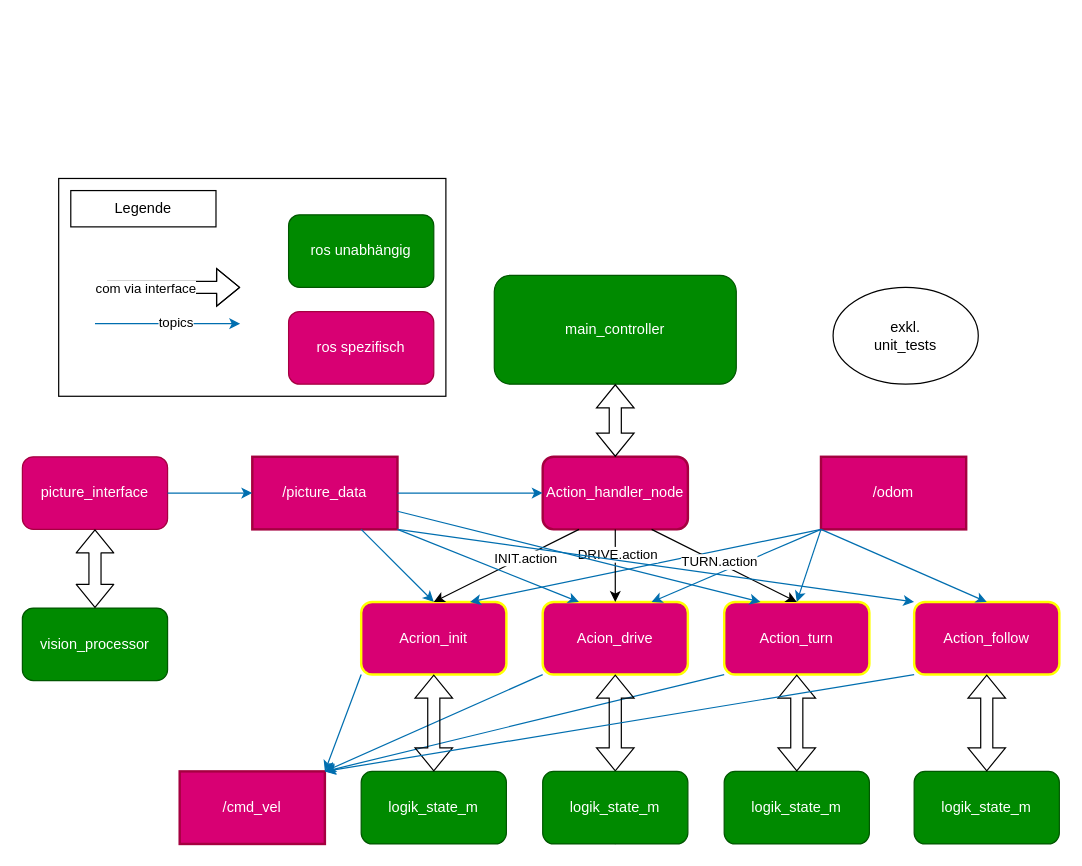
derlole/MURI keeps this draw.io diagram as page "Seite-1" (1 of 2) of misc/arch-follow.drawio. Above is the earlier version. Source tidied: cells renumbered, new cells numbered last; positions are measured from the earlier drawing's top-left corner, leaving out a move shared by most shapes. Both pictures are drawn from the tidied source at 121%, with x=0, y=0 at pixel (22, 178).
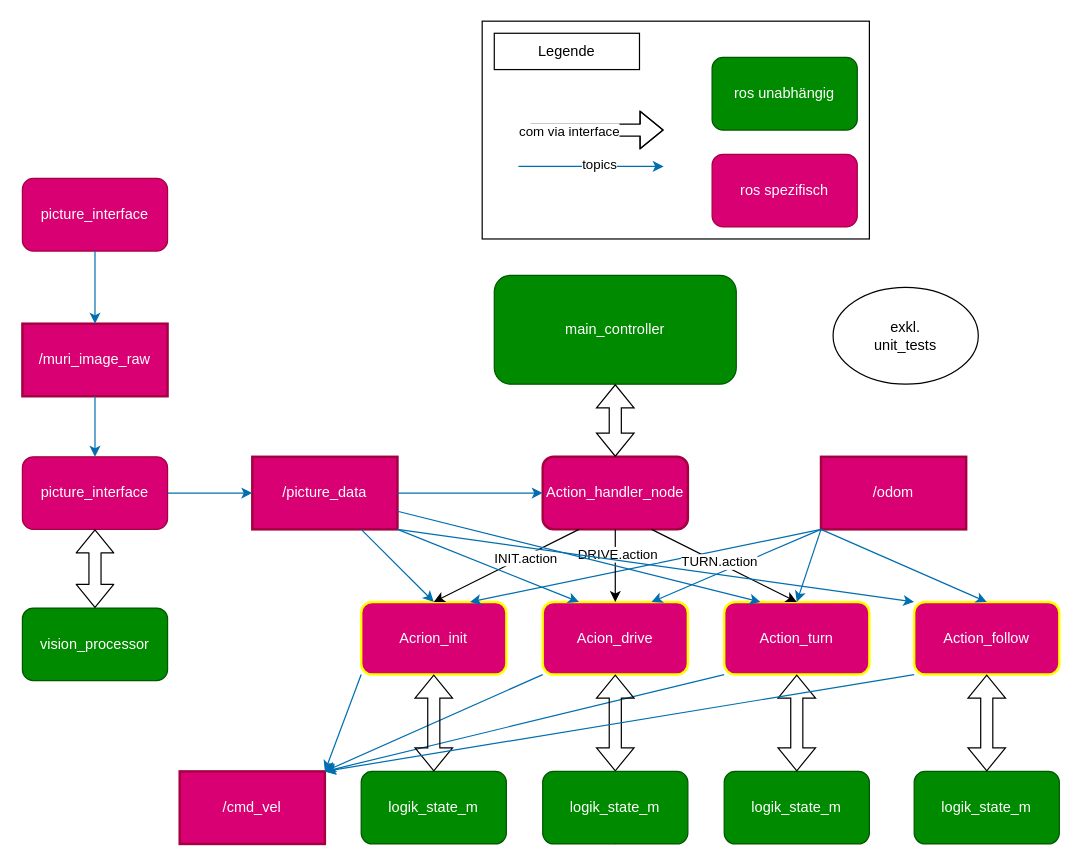
The same diagram, later.

The change refers to these unchanged cells:
```xml
<mxCell id="3" value="picture_interface" style="rounded=1;whiteSpace=wrap;html=1;fillColor=#d80073;fontColor=#ffffff;strokeColor=#A50040;" parent="1" vertex="1">
  <mxGeometry y="230" width="120" height="60" as="geometry" />
</mxCell>
```

The edit, as a diff of the source:
```diff
@@
     <mxCell id="15" style="shape=flexArrow;endArrow=classic;html=1;rounded=0;" parent="1" edge="1">
       <mxGeometry relative="1" as="geometry">
-        <mxPoint x="70" y="90" as="sourcePoint" />
-        <mxPoint x="180" y="90" as="targetPoint" />
+        <mxPoint x="420" y="-40" as="sourcePoint" />
+        <mxPoint x="530" y="-40" as="targetPoint" />
         <Array as="points">
-          <mxPoint x="100" y="90" />
-          <mxPoint x="130" y="90" />
+          <mxPoint x="450" y="-40" />
+          <mxPoint x="480" y="-40" />
         </Array>
       </mxGeometry>
     </mxCell>
@@
     <mxCell id="26" style="endArrow=classic;html=1;rounded=0;fillColor=#1ba1e2;strokeColor=#006EAF;" parent="1" edge="1">
       <mxGeometry relative="1" as="geometry">
-        <mxPoint x="60" y="120" as="sourcePoint" />
-        <mxPoint x="180" y="120" as="targetPoint" />
+        <mxPoint x="410" y="-10" as="sourcePoint" />
+        <mxPoint x="530" y="-10" as="targetPoint" />
       </mxGeometry>
     </mxCell>
@@
     <mxCell id="28" value="ros spezifisch" style="rounded=1;whiteSpace=wrap;html=1;fillColor=#d80073;fontColor=#ffffff;strokeColor=#A50040;" parent="1" vertex="1">
-      <mxGeometry x="220" y="110" width="120" height="60" as="geometry" />
+      <mxGeometry x="570" y="-20" width="120" height="60" as="geometry" />
     </mxCell>
     <mxCell id="29" value="ros unabhängig" style="rounded=1;whiteSpace=wrap;html=1;fillColor=#008a00;fontColor=#ffffff;strokeColor=#005700;" parent="1" vertex="1">
-      <mxGeometry x="220" y="30" width="120" height="60" as="geometry" />
+      <mxGeometry x="570" y="-100" width="120" height="60" as="geometry" />
     </mxCell>
@@
     <mxCell id="38" style="rounded=0;whiteSpace=wrap;html=1;fillColor=none;" parent="1" vertex="1">
-      <mxGeometry x="30" width="320" height="180" as="geometry" />
+      <mxGeometry x="380" y="-130" width="320" height="180" as="geometry" />
     </mxCell>
     <mxCell id="39" value="Legende" style="rounded=0;whiteSpace=wrap;html=1;" parent="1" vertex="1">
-      <mxGeometry x="40" y="10" width="120" height="30" as="geometry" />
+      <mxGeometry x="390" y="-120" width="120" height="30" as="geometry" />
     </mxCell>
@@
+    <mxCell id="53" value="picture_interface" style="rounded=1;whiteSpace=wrap;html=1;fillColor=#d80073;fontColor=#ffffff;strokeColor=#A50040;" parent="1" vertex="1">
+      <mxGeometry width="120" height="60" as="geometry" />
+    </mxCell>
+    <mxCell id="54" value="/muri_image_raw" style="rounded=0;whiteSpace=wrap;html=1;fillColor=#d80073;fontColor=#ffffff;strokeColor=light-dark(#A50040, #00eeff);strokeWidth=2;" parent="1" vertex="1">
+      <mxGeometry y="120" width="120" height="60" as="geometry" />
+    </mxCell>
+    <mxCell id="55" style="endArrow=classic;html=1;rounded=0;exitX=0.5;exitY=1;exitDx=0;exitDy=0;entryX=0.5;entryY=0;entryDx=0;entryDy=0;fillColor=#1ba1e2;strokeColor=#006EAF;" parent="1" edge="1" source="53" target="54">
+      <mxGeometry relative="1" as="geometry" />
+    </mxCell>
+    <mxCell id="56" style="endArrow=classic;html=1;rounded=0;exitX=0.5;exitY=1;exitDx=0;exitDy=0;entryX=0.5;entryY=0;entryDx=0;entryDy=0;fillColor=#1ba1e2;strokeColor=#006EAF;" parent="1" edge="1" source="54" target="3">
+      <mxGeometry relative="1" as="geometry" />
+    </mxCell>
```
